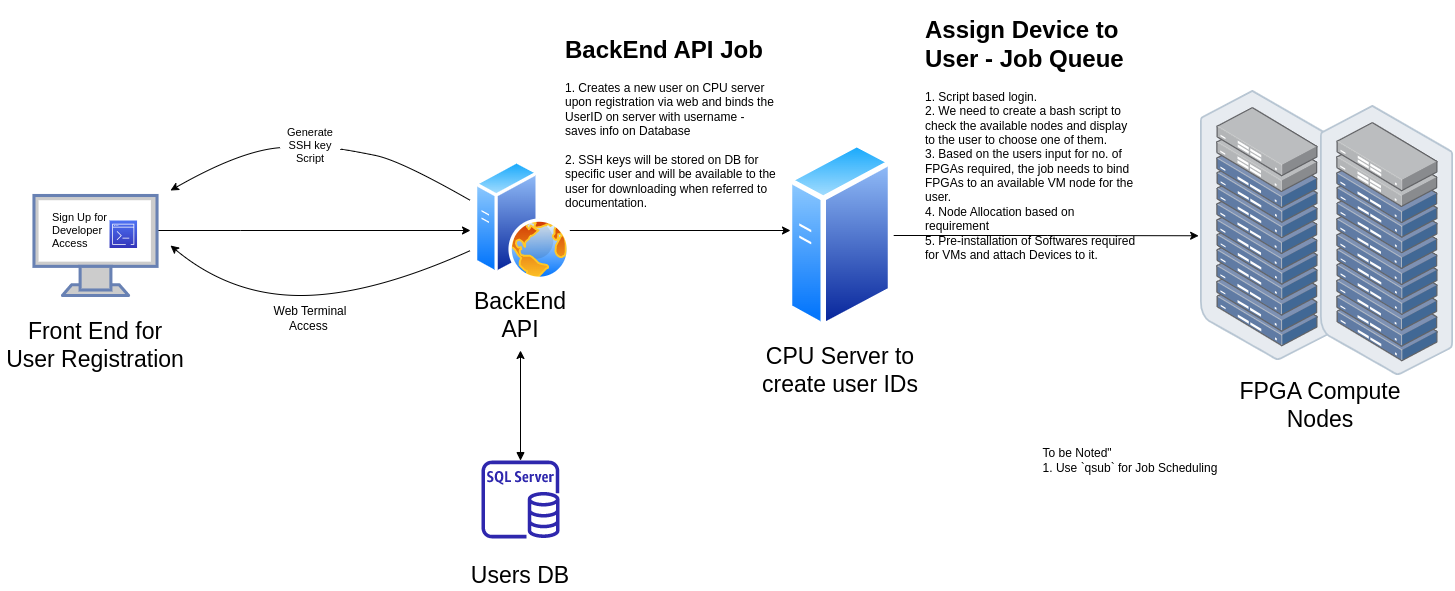
belanasaikiran/FlowCharts keeps this draw.io diagram as Intel DevCloud Flow.drawio.png. Above is the earlier version. Source tidied: cells renumbered, new cells last; positions are measured from the earlier drawing's top-left corner, leaving out a move shared by most shapes.
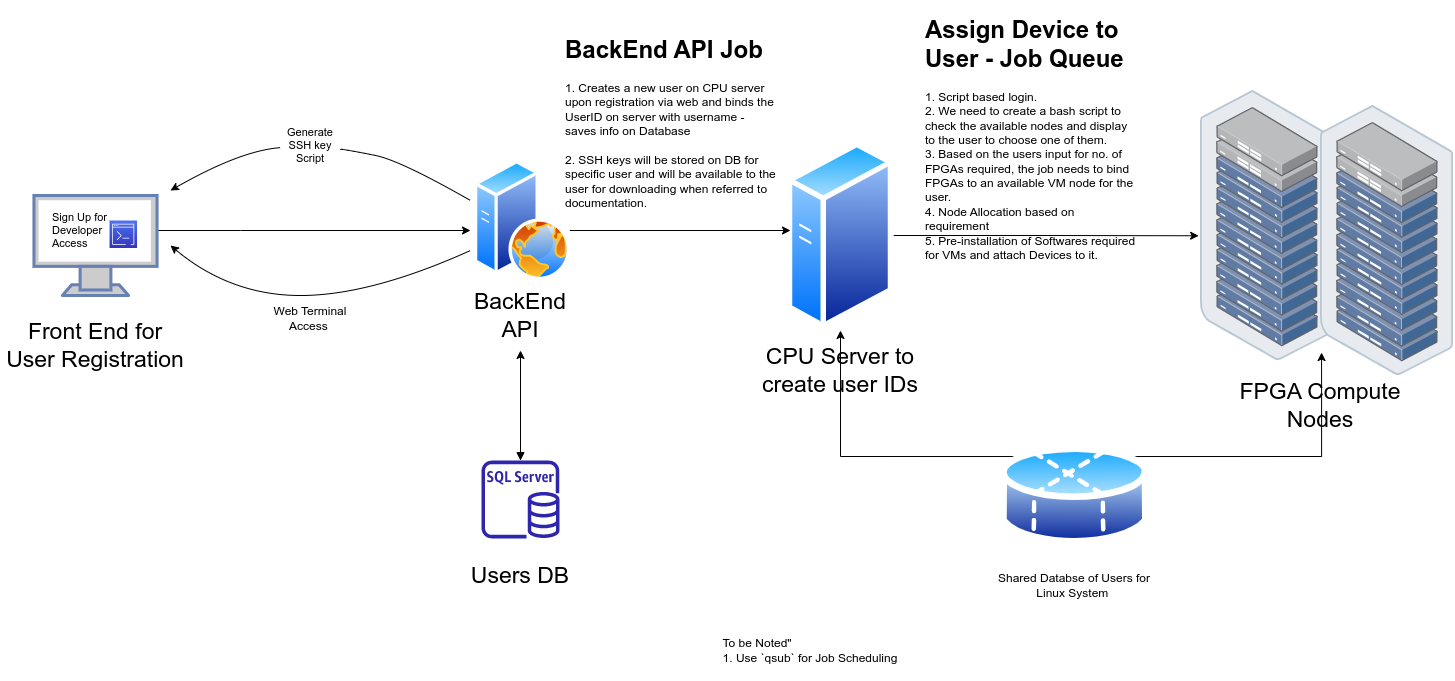
The same diagram one commit later.

What changed in the source:
```diff
@@ -121,7 +121,19 @@
       <mxGeometry x="59" y="10" width="27.5" height="27.5" as="geometry" />
     </mxCell>
     <mxCell id="31" value="&lt;div style=&quot;text-align: left;&quot;&gt;&lt;span style=&quot;background-color: initial;&quot;&gt;To be Noted&quot;&lt;/span&gt;&lt;/div&gt;&lt;div style=&quot;text-align: left;&quot;&gt;&lt;span style=&quot;background-color: initial;&quot;&gt;1. Use `qsub` for Job Scheduling&lt;/span&gt;&lt;/div&gt;" style="text;html=1;strokeColor=none;fillColor=none;align=center;verticalAlign=middle;whiteSpace=wrap;rounded=0;" parent="1" vertex="1">
-      <mxGeometry x="1020" y="420" width="220" height="60" as="geometry" />
+      <mxGeometry x="700" y="610" width="220" height="60" as="geometry" />
     </mxCell>
+    <mxCell id="32" style="edgeStyle=orthogonalEdgeStyle;rounded=0;jettySize=auto;html=1;exitX=0;exitY=0;exitDx=0;exitDy=0;entryX=0.5;entryY=1;entryDx=0;entryDy=0;" parent="1" edge="1" source="34" target="7">
+      <mxGeometry relative="1" as="geometry" />
+    </mxCell>
+    <mxCell id="33" style="edgeStyle=orthogonalEdgeStyle;rounded=0;jettySize=auto;html=1;exitX=1;exitY=0;exitDx=0;exitDy=0;entryX=0.008;entryY=0.915;entryDx=0;entryDy=0;entryPerimeter=0;" parent="1" edge="1" source="34" target="20">
+      <mxGeometry relative="1" as="geometry" />
+    </mxCell>
+    <mxCell id="34" style="perimeter=ellipsePerimeter;html=1;align=center;shadow=0;dashed=0;spacingTop=3;image;image=img/lib/active_directory/database_partition_4.svg;" parent="1" vertex="1">
+      <mxGeometry x="1000" y="430" width="148.7" height="110" as="geometry" />
+    </mxCell>
+    <mxCell id="35" value="Shared Databse of Users for Linux System&amp;nbsp;" style="text;html=1;strokeColor=none;fillColor=none;align=center;verticalAlign=middle;whiteSpace=wrap;rounded=0;" parent="1" vertex="1">
+      <mxGeometry x="984.3" y="560" width="180" height="30" as="geometry" />
+    </mxCell>
   </root>
 </mxGraphModel>
```
